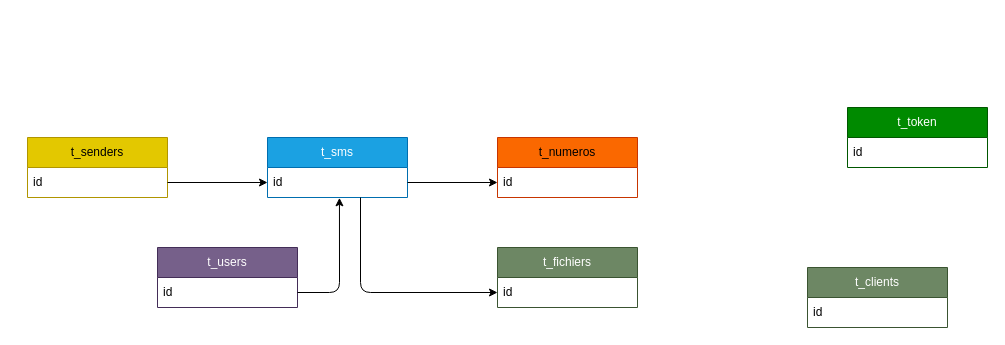
The draw.io diagram db.drawio in ESUNKWA/send_sms_api, before the edit. Source tidied: cells renumbered, new cells numbered last; positions are measured from the earlier drawing's top-left corner, leaving out a move shared by most shapes. Both pictures are drawn from the tidied source at 100%, with x=0, y=0 at pixel (27, 107).
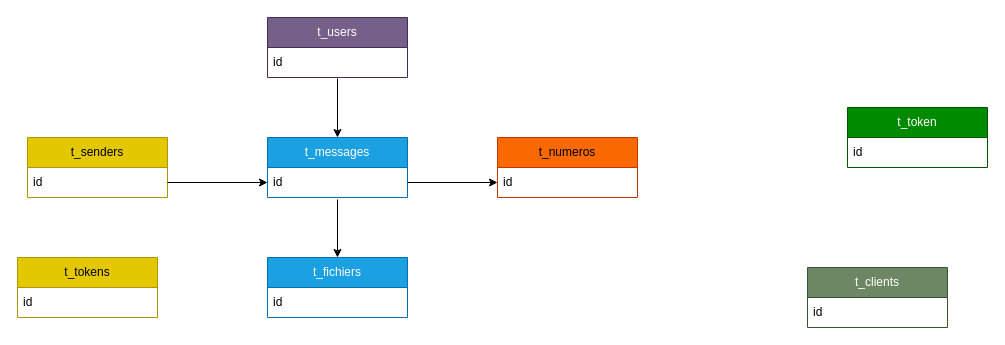
The same diagram, later.

Commit message:
MCD mise à jours

Unchanged cells that the change refers to:
```xml
<mxCell id="9" value="id" style="text;strokeColor=none;fillColor=none;align=left;verticalAlign=middle;spacingLeft=4;spacingRight=4;overflow=hidden;points=[[0,0.5],[1,0.5]];portConstraint=eastwest;whiteSpace=wrap;html=1;" parent="8" vertex="1">
  <mxGeometry y="30" width="140" height="30" as="geometry" />
</mxCell>
<mxCell id="11" value="id" style="text;strokeColor=none;fillColor=none;align=left;verticalAlign=middle;spacingLeft=4;spacingRight=4;overflow=hidden;points=[[0,0.5],[1,0.5]];portConstraint=eastwest;whiteSpace=wrap;html=1;" parent="10" vertex="1">
  <mxGeometry y="30" width="140" height="30" as="geometry" />
</mxCell>
```

What changed in the source:
```diff
@@
     <mxCell id="8" value="t_users" style="swimlane;fontStyle=0;horizontal=1;startSize=30;whiteSpace=wrap;html=1;fillColor=#76608a;fontColor=#ffffff;strokeColor=#432D57;" parent="1" vertex="1">
-      <mxGeometry x="130" y="140" width="140" height="60" as="geometry" />
+      <mxGeometry x="240" y="-90" width="140" height="60" as="geometry" />
     </mxCell>
@@
-    <mxCell id="10" value="t_sms" style="swimlane;fontStyle=0;horizontal=1;startSize=30;whiteSpace=wrap;html=1;fillColor=#1ba1e2;fontColor=#ffffff;strokeColor=#006EAF;" parent="1" vertex="1">
+    <mxCell id="10" value="t_messages" style="swimlane;fontStyle=0;horizontal=1;startSize=30;whiteSpace=wrap;html=1;fillColor=#1ba1e2;fontColor=#ffffff;strokeColor=#006EAF;" parent="1" vertex="1">
       <mxGeometry x="240" y="30" width="140" height="60" as="geometry" />
     </mxCell>
@@
-    <mxCell id="13" style="edgeStyle=none;html=1;exitX=1;exitY=0.5;exitDx=0;exitDy=0;entryX=0.514;entryY=1.011;entryDx=0;entryDy=0;entryPerimeter=0;" parent="1" edge="1" source="9" target="11">
-      <mxGeometry relative="1" as="geometry">
-        <Array as="points">
-          <mxPoint x="312" y="185" />
-        </Array>
-      </mxGeometry>
-    </mxCell>
@@
-    <mxCell id="17" value="t_fichiers" style="swimlane;fontStyle=0;horizontal=1;startSize=30;whiteSpace=wrap;html=1;fillColor=#6d8764;fontColor=#ffffff;strokeColor=#3A5431;" parent="1" vertex="1">
-      <mxGeometry x="470" y="140" width="140" height="60" as="geometry" />
+    <mxCell id="17" value="t_fichiers" style="swimlane;fontStyle=0;horizontal=1;startSize=30;whiteSpace=wrap;html=1;fillColor=#1ba1e2;fontColor=#ffffff;strokeColor=#006EAF;" parent="1" vertex="1">
+      <mxGeometry x="240" y="150" width="140" height="60" as="geometry" />
     </mxCell>
-    <mxCell id="18" value="id" style="text;strokeColor=none;fillColor=none;align=left;verticalAlign=middle;spacingLeft=4;spacingRight=4;overflow=hidden;points=[[0,0.5],[1,0.5]];portConstraint=eastwest;whiteSpace=wrap;html=1;" parent="17" vertex="1">
-      <mxGeometry y="30" width="140" height="30" as="geometry" />
-    </mxCell>
-    <mxCell id="19" style="edgeStyle=none;html=1;entryX=0;entryY=0.5;entryDx=0;entryDy=0;" parent="1" edge="1" target="18">
-      <mxGeometry relative="1" as="geometry">
-        <mxPoint x="333" y="90" as="sourcePoint" />
-        <Array as="points">
-          <mxPoint x="333" y="185" />
-        </Array>
-      </mxGeometry>
-    </mxCell>
+    <mxCell id="20" value="id" style="text;strokeColor=none;fillColor=none;align=left;verticalAlign=middle;spacingLeft=4;spacingRight=4;overflow=hidden;whiteSpace=wrap;html=1;" parent="17" vertex="1">
+      <mxGeometry y="30" width="140" height="30" as="geometry" />
+    </mxCell>
+    <mxCell id="21" value="t_tokens" style="swimlane;fontStyle=0;horizontal=1;startSize=30;whiteSpace=wrap;html=1;fillColor=#e3c800;fontColor=#000000;strokeColor=#B09500;" parent="1" vertex="1">
+      <mxGeometry x="-10" y="150" width="140" height="60" as="geometry" />
+    </mxCell>
+    <mxCell id="22" value="id" style="text;strokeColor=none;fillColor=none;align=left;verticalAlign=middle;spacingLeft=4;spacingRight=4;overflow=hidden;whiteSpace=wrap;html=1;" parent="21" vertex="1">
+      <mxGeometry y="30" width="140" height="30" as="geometry" />
+    </mxCell>
+    <mxCell id="23" style="edgeStyle=none;html=1;exitX=0.5;exitY=1.067;exitDx=0;exitDy=0;entryX=0.5;entryY=0;entryDx=0;entryDy=0;exitPerimeter=0;" parent="1" edge="1" source="11" target="17">
+      <mxGeometry relative="1" as="geometry" />
+    </mxCell>
+    <mxCell id="24" style="edgeStyle=none;html=1;exitX=0.5;exitY=1.033;exitDx=0;exitDy=0;entryX=0.5;entryY=0;entryDx=0;entryDy=0;exitPerimeter=0;" parent="1" edge="1" source="9" target="10">
+      <mxGeometry relative="1" as="geometry" />
+    </mxCell>
```
